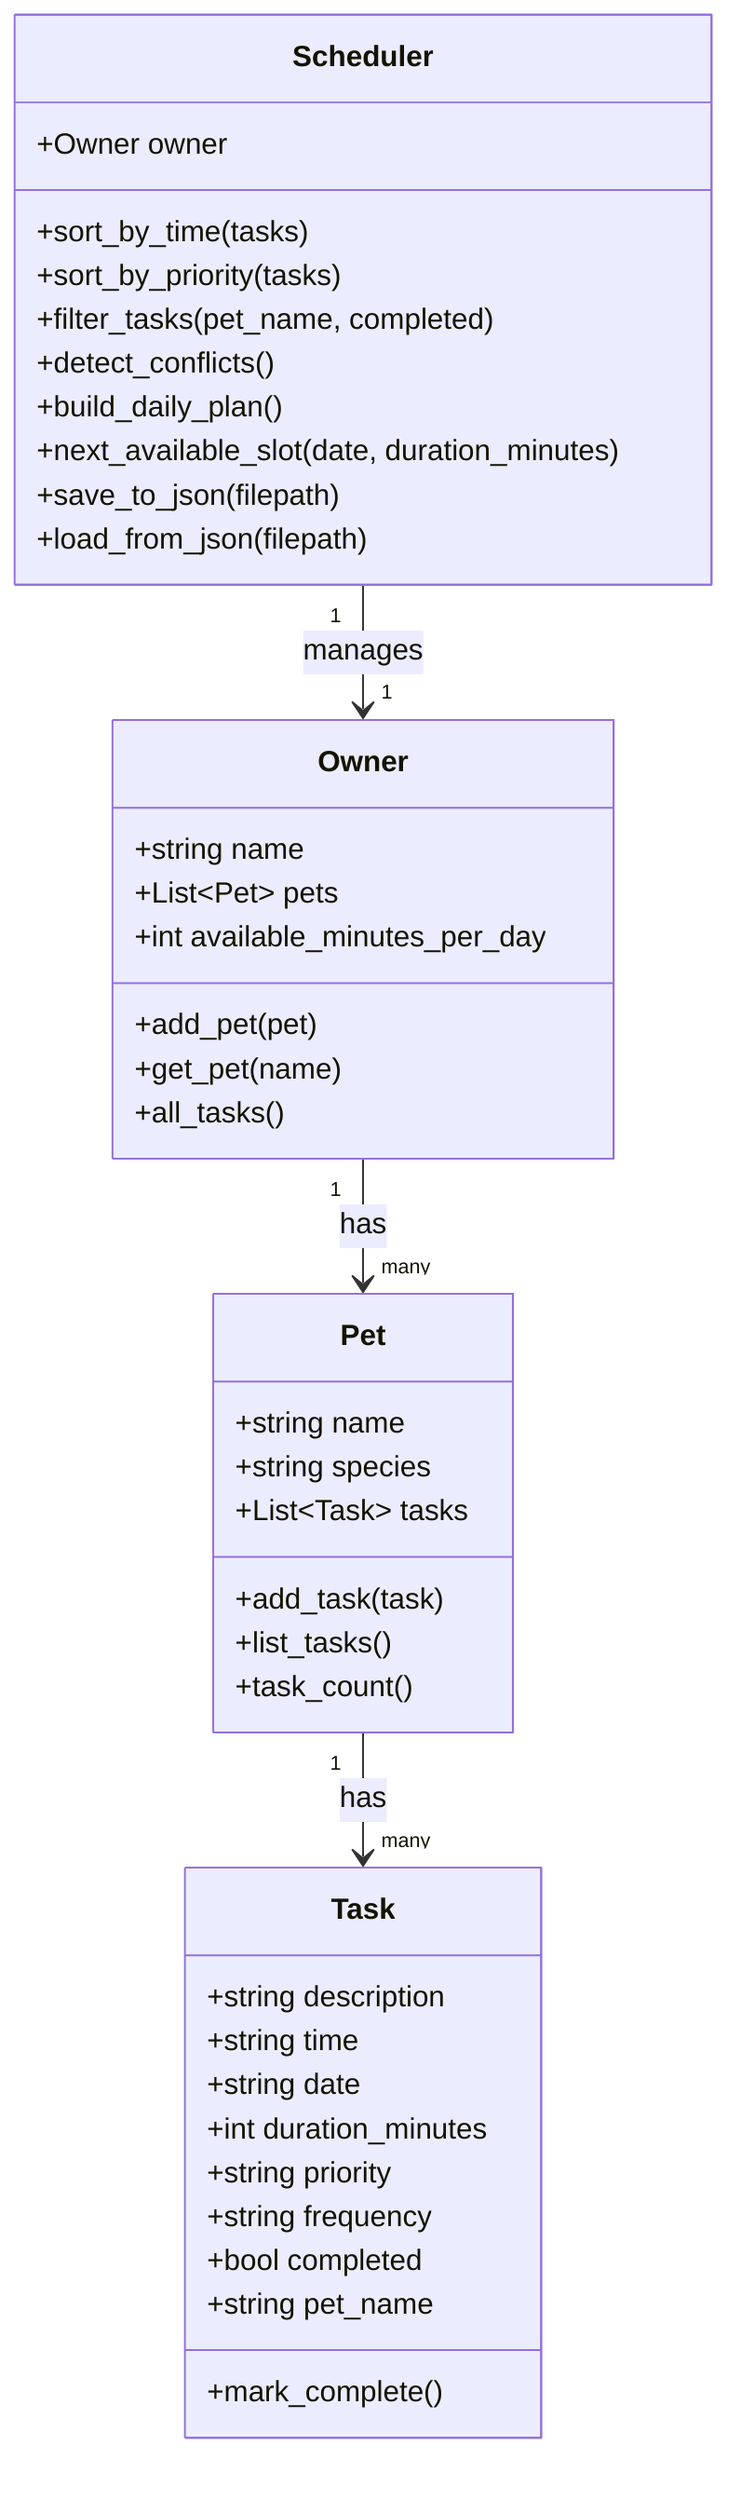
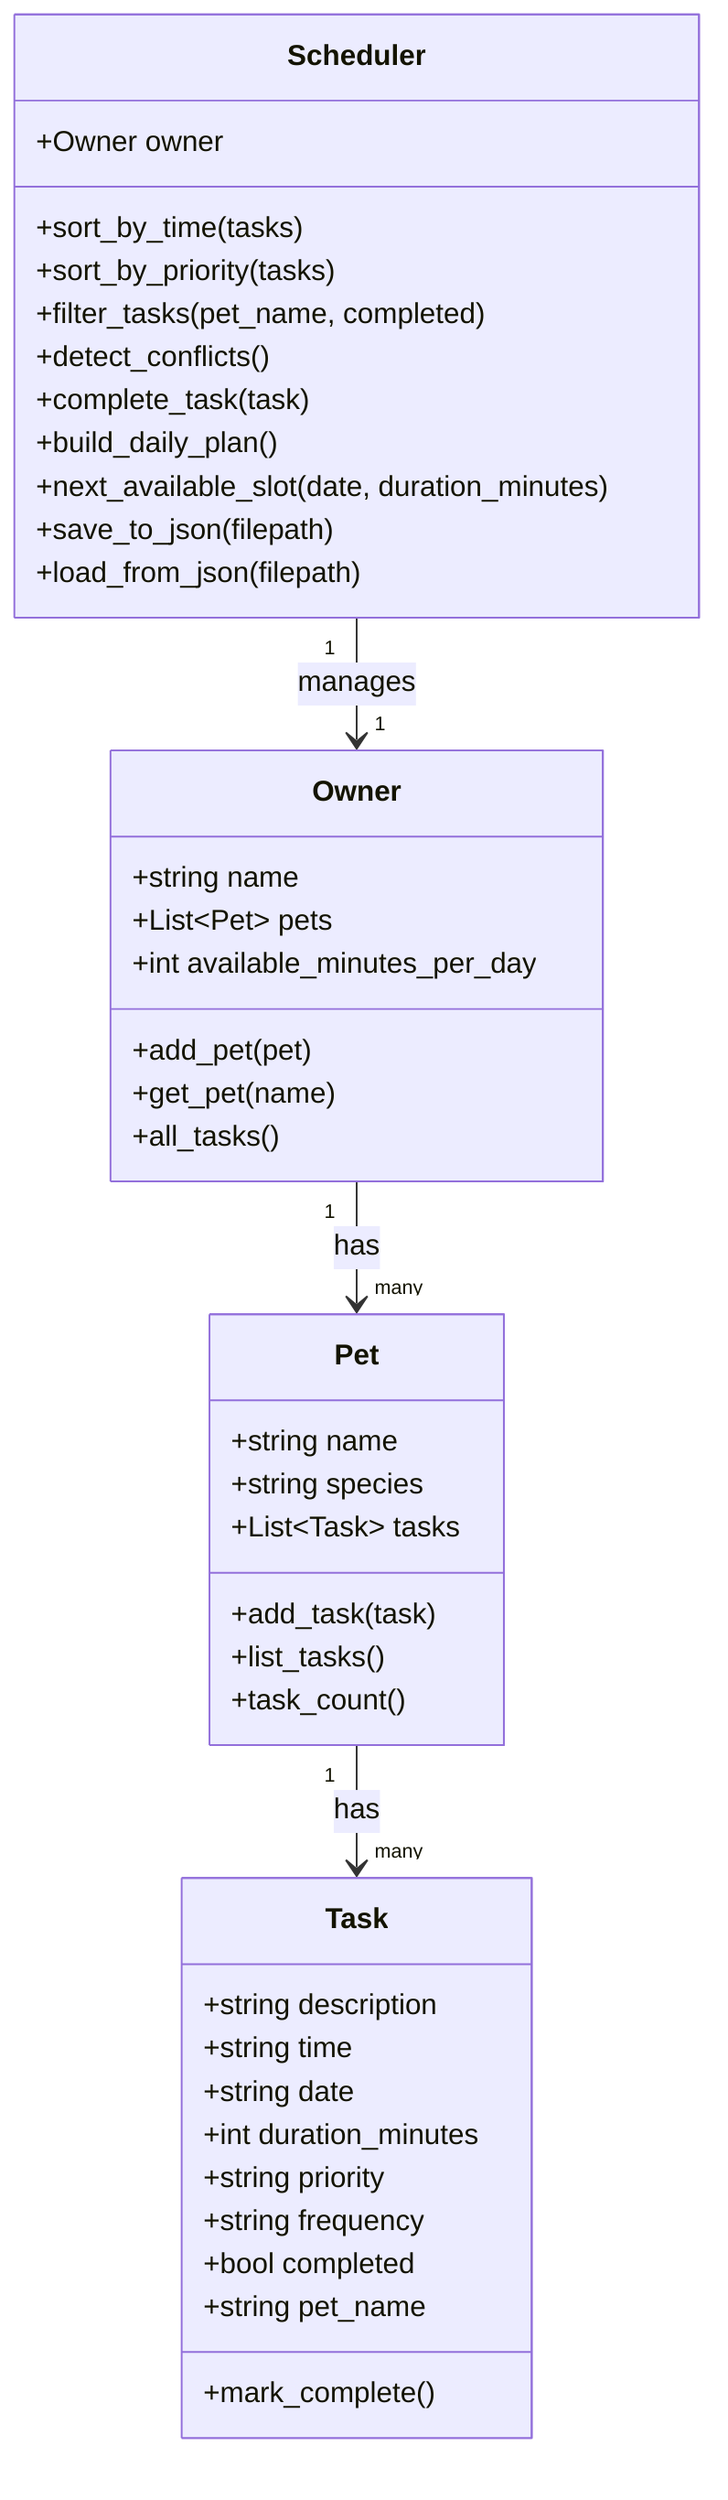
classDiagram
    class Task {
        +string description
        +string time
        +string date
        +int duration_minutes
        +string priority
        +string frequency
        +bool completed
        +string pet_name
        +mark_complete()
    }

    class Pet {
        +string name
        +string species
        +List~Task~ tasks
        +add_task(task)
        +list_tasks()
        +task_count()
    }

    class Owner {
        +string name
        +List~Pet~ pets
        +int available_minutes_per_day
        +add_pet(pet)
        +get_pet(name)
        +all_tasks()
    }

    class Scheduler {
        +Owner owner
        +sort_by_time(tasks)
        +sort_by_priority(tasks)
        +filter_tasks(pet_name, completed)
        +detect_conflicts()
+         +complete_task(task)
        +build_daily_plan()
        +next_available_slot(date, duration_minutes)
        +save_to_json(filepath)
        +load_from_json(filepath)
    }

    Owner "1" --> "many" Pet : has
    Pet "1" --> "many" Task : has
    Scheduler "1" --> "1" Owner : manages